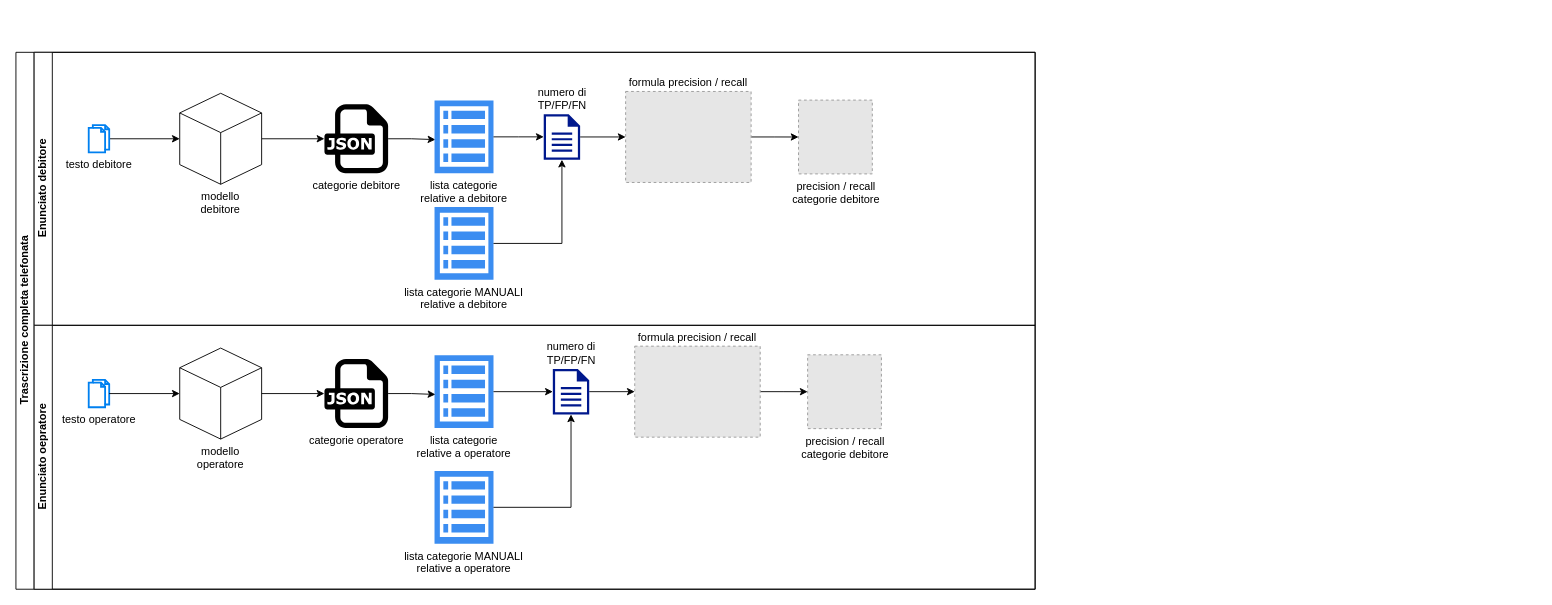
Above: Untitled Diagram.drawio in c0pper/word_comments_to_platform_ann (draw.io), before the change. Source tidied: cells renumbered, new cells numbered last; positions are measured from the earlier drawing's top-left corner, leaving out a move shared by most shapes. Both pictures are drawn from the tidied source at 91%, with x=0, y=0 at pixel (15, 52). Pictures stored in the file or linked from it are replaced by grey dashed boxes.
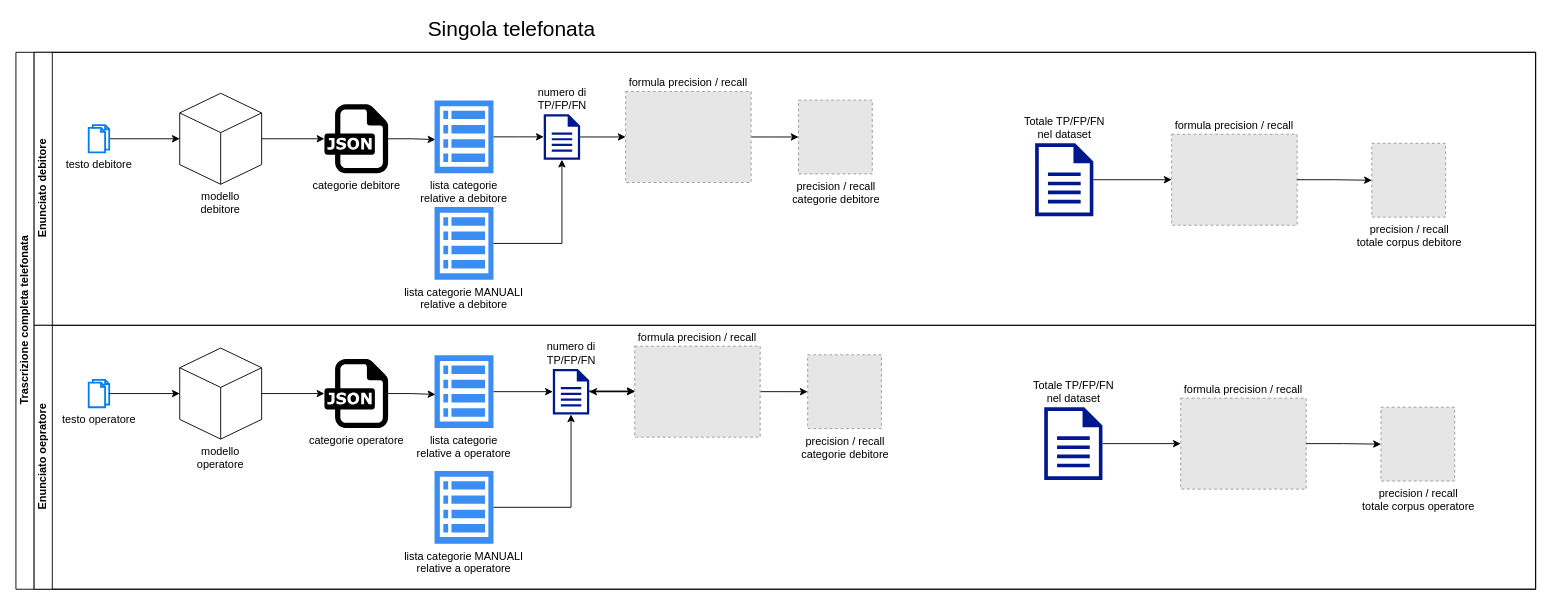
The same page after the edit.

Unchanged cells that the change refers to:
```xml
<mxCell id="32" value="formula precision / recall" style="fillColor=#E6E6E6;strokeColor=#999999;dashed=1;verticalLabelPosition=top;verticalAlign=bottom;labelPosition=center;align=center;" parent="19" vertex="1">
  <mxGeometry x="660" y="22.9" width="137.9" height="100" as="geometry" />
</mxCell>
<mxCell id="34" value="numero di&lt;br&gt;TP/FP/FN" style="sketch=0;shadow=0;dashed=0;html=1;strokeColor=none;labelPosition=center;verticalLabelPosition=top;verticalAlign=bottom;align=center;fillColor=#00188D;shape=mxgraph.mscae.enterprise.document;" parent="19" vertex="1">
  <mxGeometry x="570" y="47.9" width="40" height="50" as="geometry" />
</mxCell>
```

What changed in the source:
```diff
@@
     <mxCell id="2" value="Trascrizione completa telefonata" style="swimlane;horizontal=0;startSize=20;html=1;" parent="1" vertex="1">
-      <mxGeometry width="1120" height="590" as="geometry" />
+      <mxGeometry width="1670" height="590" as="geometry" />
     </mxCell>
     <mxCell id="3" value="Enunciato debitore" style="swimlane;startSize=20;horizontal=0;html=1;" parent="2" vertex="1">
-      <mxGeometry x="20" width="1100" height="300" as="geometry" />
+      <mxGeometry x="20" width="1650" height="300" as="geometry" />
     </mxCell>
@@
+    <mxCell id="35" value="Totale TP/FP/FN&lt;br&gt;nel dataset" style="sketch=0;shadow=0;dashed=0;html=1;strokeColor=none;labelPosition=center;verticalLabelPosition=top;verticalAlign=bottom;align=center;fillColor=#00188D;shape=mxgraph.mscae.enterprise.document;" parent="3" vertex="1">
+      <mxGeometry x="1100" y="100" width="64" height="80" as="geometry" />
+    </mxCell>
+    <mxCell id="36" style="edgeStyle=orthogonalEdgeStyle;rounded=0;jettySize=auto;html=1;fontSize=23;entryX=0;entryY=0.5;entryDx=0;entryDy=0;exitX=1;exitY=0.5;exitDx=0;exitDy=0;exitPerimeter=0;" parent="3" edge="1" source="35" target="37">
+      <mxGeometry relative="1" as="geometry" />
+    </mxCell>
+    <mxCell id="37" value="formula precision / recall" style="fillColor=#E6E6E6;strokeColor=#999999;dashed=1;verticalLabelPosition=top;verticalAlign=bottom;labelPosition=center;align=center;" parent="3" vertex="1">
+      <mxGeometry x="1250" y="90" width="137.9" height="100" as="geometry" />
+    </mxCell>
+    <mxCell id="38" value="precision / recall&lt;br&gt;totale corpus debitore" style="fillColor=#E6E6E6;strokeColor=#999999;dashed=1;html=1;verticalAlign=top;verticalLabelPosition=bottom;labelBackgroundColor=#ffffff;" parent="3" vertex="1">
+      <mxGeometry x="1470" y="100" width="81.1" height="81.1" as="geometry" />
+    </mxCell>
+    <mxCell id="39" style="edgeStyle=orthogonalEdgeStyle;rounded=0;jettySize=auto;html=1;fontSize=23;" parent="3" edge="1" source="37" target="38">
+      <mxGeometry relative="1" as="geometry" />
+    </mxCell>
     <mxCell id="19" value="Enunciato oepratore" style="swimlane;startSize=20;horizontal=0;html=1;" parent="2" vertex="1">
-      <mxGeometry x="20" y="300" width="1100" height="290" as="geometry" />
+      <mxGeometry x="20" y="300" width="1650" height="290" as="geometry" />
     </mxCell>
@@
+    <mxCell id="40" style="edgeStyle=orthogonalEdgeStyle;rounded=0;jettySize=auto;html=1;fontSize=23;" parent="19" edge="1" source="32" target="34">
+      <mxGeometry relative="1" as="geometry" />
+    </mxCell>
@@
+    <mxCell id="41" style="edgeStyle=orthogonalEdgeStyle;rounded=0;orthogonalLoop=1;jettySize=auto;html=1;entryX=0;entryY=0.5;entryDx=0;entryDy=0;" parent="19" edge="1">
+      <mxGeometry relative="1" as="geometry">
+        <mxPoint x="610" y="72.2" as="sourcePoint" />
+        <mxPoint x="660" y="72.2" as="targetPoint" />
+      </mxGeometry>
+    </mxCell>
+    <mxCell id="42" value="Totale TP/FP/FN&lt;br&gt;nel dataset" style="sketch=0;shadow=0;dashed=0;html=1;strokeColor=none;labelPosition=center;verticalLabelPosition=top;verticalAlign=bottom;align=center;fillColor=#00188D;shape=mxgraph.mscae.enterprise.document;" parent="19" vertex="1">
+      <mxGeometry x="1110" y="90" width="64" height="80" as="geometry" />
+    </mxCell>
+    <mxCell id="43" style="edgeStyle=orthogonalEdgeStyle;rounded=0;jettySize=auto;html=1;fontSize=23;entryX=0;entryY=0.5;entryDx=0;entryDy=0;exitX=1;exitY=0.5;exitDx=0;exitDy=0;exitPerimeter=0;" parent="19" edge="1" source="42" target="44">
+      <mxGeometry relative="1" as="geometry" />
+    </mxCell>
+    <mxCell id="44" value="formula precision / recall" style="fillColor=#E6E6E6;strokeColor=#999999;dashed=1;verticalLabelPosition=top;verticalAlign=bottom;labelPosition=center;align=center;" parent="19" vertex="1">
+      <mxGeometry x="1260" y="80" width="137.9" height="100" as="geometry" />
+    </mxCell>
+    <mxCell id="45" value="precision / recall&lt;br&gt;totale corpus operatore" style="fillColor=#E6E6E6;strokeColor=#999999;dashed=1;html=1;verticalAlign=top;verticalLabelPosition=bottom;labelBackgroundColor=#ffffff;" parent="19" vertex="1">
+      <mxGeometry x="1480" y="90" width="81.1" height="81.1" as="geometry" />
+    </mxCell>
+    <mxCell id="46" style="edgeStyle=orthogonalEdgeStyle;rounded=0;jettySize=auto;html=1;fontSize=23;" parent="19" edge="1" source="44" target="45">
+      <mxGeometry relative="1" as="geometry" />
+    </mxCell>
+    <mxCell id="47" value="Singola telefonata" style="text;html=1;strokeColor=none;fillColor=none;align=center;verticalAlign=middle;whiteSpace=wrap;rounded=0;fontSize=23;" parent="1" vertex="1">
+      <mxGeometry x="450" y="-40" width="190" height="30" as="geometry" />
+    </mxCell>
```
